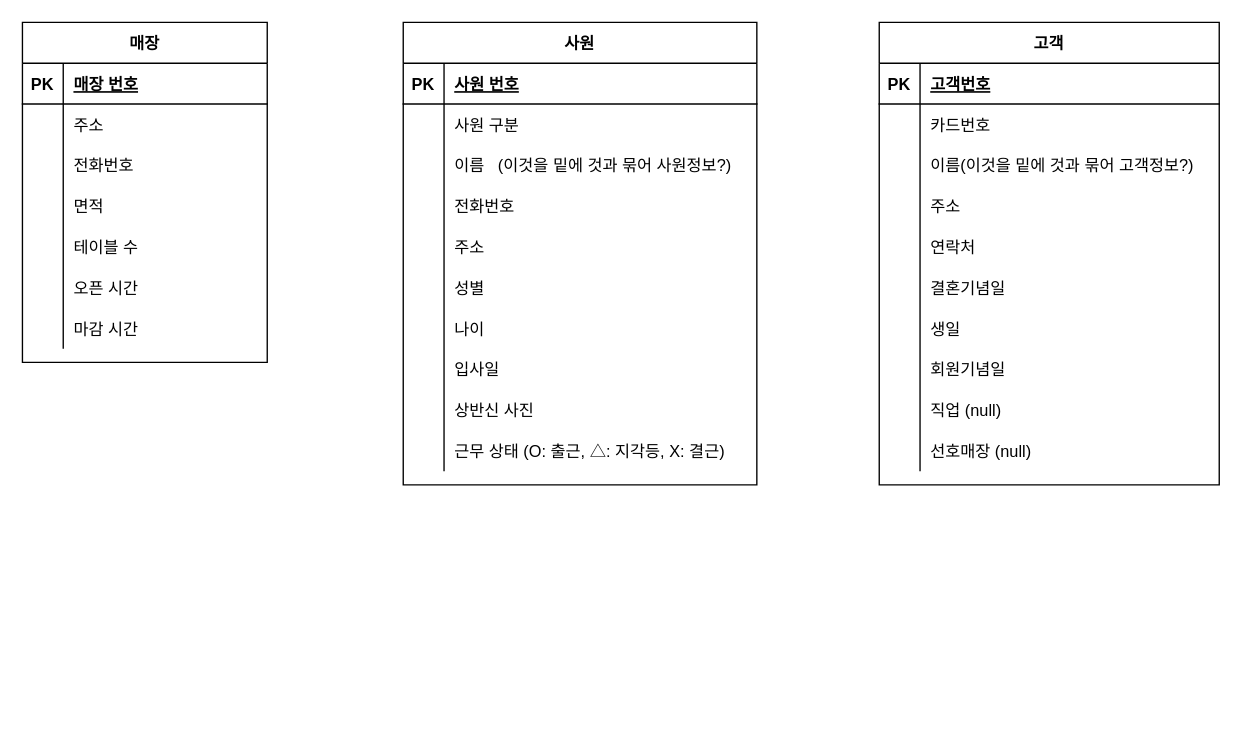
Earlier version of the draw.io diagram 2017 DA Competition(practice) Diagram.drawio (moonjulee4327/TIL). Source tidied: cells renumbered, new cells numbered last; positions are measured from the earlier drawing's top-left corner, leaving out a move shared by most shapes. Both pictures are drawn from the tidied source at 136%, with x=0, y=0 at pixel (22, 22).
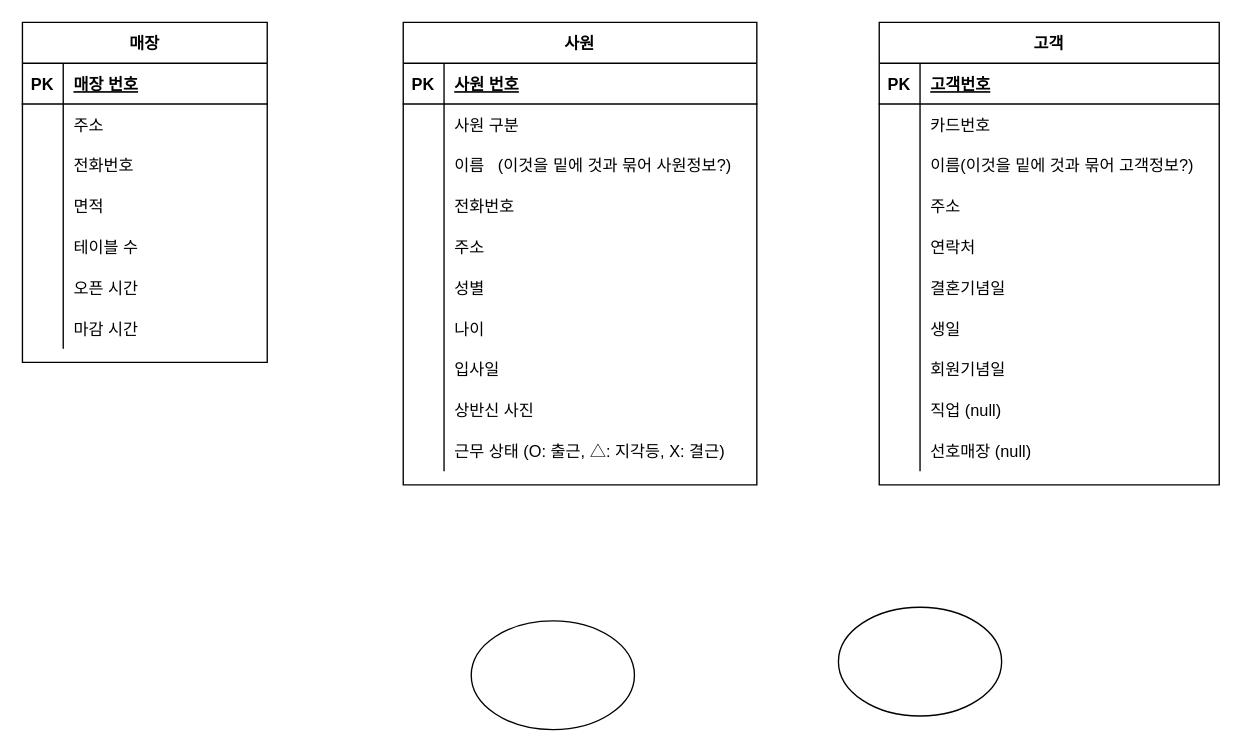
The same diagram, later.

What changed in the source:
```diff
@@
+    <mxCell id="86" style="ellipse;whiteSpace=wrap;html=1;" parent="1" vertex="1">
+      <mxGeometry x="600" y="430" width="120" height="80" as="geometry" />
+    </mxCell>
+    <mxCell id="87" style="ellipse;whiteSpace=wrap;html=1;" parent="1" vertex="1">
+      <mxGeometry x="330" y="440" width="120" height="80" as="geometry" />
+    </mxCell>
```
